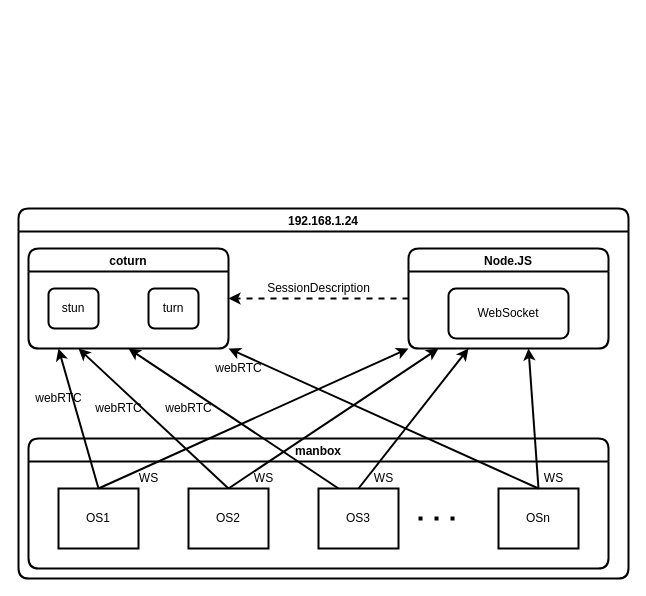
moshaocong/vmic-readme keeps this draw.io diagram as page "server-kj" (11 of 15) of 未命名绘图.drawio. Above is the earlier version. Source tidied: cells renumbered, new cells numbered last; positions are measured from the earlier drawing's top-left corner, leaving out a move shared by most shapes. Both pictures are drawn from the tidied source at 100%, with x=0, y=0 at pixel (18, 208).
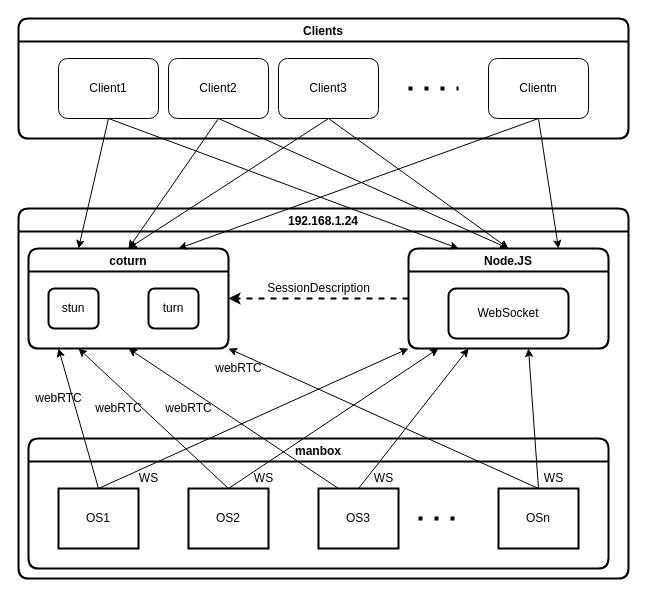
Above is the later version.

Unchanged cells that the change refers to:
```xml
<mxCell id="2" value="192.168.1.24" style="swimlane;rounded=1;shadow=0;glass=0;sketch=0;strokeColor=#000000;strokeWidth=2;fillColor=none;gradientColor=none;" parent="1" vertex="1">
  <mxGeometry width="610" height="370" as="geometry" />
</mxCell>
<mxCell id="4" value="OS1" style="rounded=0;whiteSpace=wrap;html=1;shadow=0;glass=0;sketch=0;strokeColor=#000000;strokeWidth=2;fillColor=none;gradientColor=none;" parent="3" vertex="1">
  <mxGeometry x="30" y="50" width="80" height="60" as="geometry" />
</mxCell>
<mxCell id="5" value="OS2" style="rounded=0;whiteSpace=wrap;html=1;shadow=0;glass=0;sketch=0;strokeColor=#000000;strokeWidth=2;fillColor=none;gradientColor=none;" parent="3" vertex="1">
  <mxGeometry x="160" y="50" width="80" height="60" as="geometry" />
</mxCell>
<mxCell id="6" value="OSn" style="rounded=0;whiteSpace=wrap;html=1;shadow=0;glass=0;sketch=0;strokeColor=#000000;strokeWidth=2;fillColor=none;gradientColor=none;" parent="3" vertex="1">
  <mxGeometry x="470" y="50" width="80" height="60" as="geometry" />
</mxCell>
<mxCell id="8" value="OS3" style="rounded=0;whiteSpace=wrap;html=1;shadow=0;glass=0;sketch=0;strokeColor=#000000;strokeWidth=2;fillColor=none;gradientColor=none;" parent="3" vertex="1">
  <mxGeometry x="290" y="50" width="80" height="60" as="geometry" />
</mxCell>
<mxCell id="13" value="coturn" style="swimlane;rounded=1;shadow=0;glass=0;sketch=0;strokeColor=#000000;strokeWidth=2;fillColor=none;gradientColor=none;" parent="2" vertex="1">
  <mxGeometry x="10" y="40" width="200" height="100" as="geometry" />
</mxCell>
<mxCell id="17" value="Node.JS" style="swimlane;rounded=1;shadow=0;glass=0;sketch=0;strokeColor=#000000;strokeWidth=2;fillColor=none;gradientColor=none;" parent="2" vertex="1">
  <mxGeometry x="390" y="40" width="200" height="100" as="geometry" />
</mxCell>
```

The edit, as a diff of the source:
```diff
@@
-    <mxCell id="19" style="endArrow=classic;html=1;shadow=0;strokeColor=#000000;strokeWidth=2;fillColor=#6666FF;exitX=0.5;exitY=0;exitDx=0;exitDy=0;entryX=0;entryY=1;entryDx=0;entryDy=0;" parent="2" edge="1" source="4" target="17">
+    <mxCell id="19" style="endArrow=classic;html=1;shadow=0;strokeColor=#000000;strokeWidth=1;fillColor=#6666FF;exitX=0.5;exitY=0;exitDx=0;exitDy=0;entryX=0;entryY=1;entryDx=0;entryDy=0;" parent="2" edge="1" source="4" target="17">
       <mxGeometry relative="1" as="geometry" />
     </mxCell>
-    <mxCell id="20" style="endArrow=classic;html=1;shadow=0;strokeColor=#000000;strokeWidth=2;fillColor=#6666FF;exitX=0.5;exitY=0;exitDx=0;exitDy=0;" parent="2" edge="1" source="5">
+    <mxCell id="20" style="endArrow=classic;html=1;shadow=0;strokeColor=#000000;strokeWidth=1;fillColor=#6666FF;exitX=0.5;exitY=0;exitDx=0;exitDy=0;" parent="2" edge="1" source="5">
       <mxGeometry relative="1" as="geometry">
         <mxPoint x="420" y="140" as="targetPoint" />
       </mxGeometry>
     </mxCell>
-    <mxCell id="21" style="endArrow=classic;html=1;shadow=0;strokeColor=#000000;strokeWidth=2;fillColor=#6666FF;exitX=0.5;exitY=0;exitDx=0;exitDy=0;" parent="2" edge="1" source="8">
+    <mxCell id="21" style="endArrow=classic;html=1;shadow=0;strokeColor=#000000;strokeWidth=1;fillColor=#6666FF;exitX=0.5;exitY=0;exitDx=0;exitDy=0;" parent="2" edge="1" source="8">
       <mxGeometry relative="1" as="geometry">
         <mxPoint x="450" y="140" as="targetPoint" />
       </mxGeometry>
     </mxCell>
-    <mxCell id="22" style="endArrow=classic;html=1;shadow=0;strokeColor=#000000;strokeWidth=2;fillColor=#6666FF;exitX=0.5;exitY=0;exitDx=0;exitDy=0;" parent="2" edge="1" source="6">
+    <mxCell id="22" style="endArrow=classic;html=1;shadow=0;strokeColor=#000000;strokeWidth=1;fillColor=#6666FF;exitX=0.5;exitY=0;exitDx=0;exitDy=0;" parent="2" edge="1" source="6">
       <mxGeometry relative="1" as="geometry">
         <mxPoint x="510" y="140" as="targetPoint" />
       </mxGeometry>
     </mxCell>
@@
-    <mxCell id="24" style="endArrow=classic;html=1;shadow=0;strokeColor=#000000;strokeWidth=2;fillColor=#6666FF;" parent="2" edge="1">
+    <mxCell id="24" style="endArrow=classic;html=1;shadow=0;strokeColor=#000000;strokeWidth=1;fillColor=#6666FF;" parent="2" edge="1">
       <mxGeometry relative="1" as="geometry">
         <mxPoint x="80" y="280" as="sourcePoint" />
         <mxPoint x="40" y="140" as="targetPoint" />
       </mxGeometry>
     </mxCell>
-    <mxCell id="25" style="endArrow=classic;html=1;shadow=0;strokeColor=#000000;strokeWidth=2;fillColor=#6666FF;entryX=0.25;entryY=1;entryDx=0;entryDy=0;" parent="2" edge="1" target="13">
+    <mxCell id="25" style="endArrow=classic;html=1;shadow=0;strokeColor=#000000;strokeWidth=1;fillColor=#6666FF;entryX=0.25;entryY=1;entryDx=0;entryDy=0;" parent="2" edge="1" target="13">
       <mxGeometry relative="1" as="geometry">
         <mxPoint x="210" y="280" as="sourcePoint" />
       </mxGeometry>
     </mxCell>
-    <mxCell id="26" style="endArrow=classic;html=1;shadow=0;strokeColor=#000000;strokeWidth=2;fillColor=#6666FF;exitX=0.25;exitY=0;exitDx=0;exitDy=0;entryX=0.5;entryY=1;entryDx=0;entryDy=0;" parent="2" edge="1" source="8" target="13">
+    <mxCell id="26" style="endArrow=classic;html=1;shadow=0;strokeColor=#000000;strokeWidth=1;fillColor=#6666FF;exitX=0.25;exitY=0;exitDx=0;exitDy=0;entryX=0.5;entryY=1;entryDx=0;entryDy=0;" parent="2" edge="1" source="8" target="13">
       <mxGeometry relative="1" as="geometry" />
     </mxCell>
-    <mxCell id="27" style="endArrow=classic;html=1;shadow=0;strokeColor=#000000;strokeWidth=2;fillColor=#6666FF;" parent="2" edge="1">
+    <mxCell id="27" style="endArrow=classic;html=1;shadow=0;strokeColor=#000000;strokeWidth=1;fillColor=#6666FF;" parent="2" edge="1">
       <mxGeometry relative="1" as="geometry">
         <mxPoint x="520" y="280" as="sourcePoint" />
         <mxPoint x="210" y="140" as="targetPoint" />
       </mxGeometry>
     </mxCell>
@@
+    <mxCell id="32" value="Clients" style="swimlane;rounded=1;shadow=0;strokeColor=#000000;strokeWidth=2;fillColor=none;glass=0;sketch=0;" parent="1" vertex="1">
+      <mxGeometry y="-190" width="610" height="120" as="geometry" />
+    </mxCell>
+    <mxCell id="33" value="Client1" style="rounded=1;whiteSpace=wrap;html=1;" parent="32" vertex="1">
+      <mxGeometry x="40" y="40" width="100" height="60" as="geometry" />
+    </mxCell>
+    <mxCell id="34" value="Client2" style="rounded=1;whiteSpace=wrap;html=1;" parent="32" vertex="1">
+      <mxGeometry x="150" y="40" width="100" height="60" as="geometry" />
+    </mxCell>
+    <mxCell id="35" value="Client3" style="rounded=1;whiteSpace=wrap;html=1;" parent="32" vertex="1">
+      <mxGeometry x="260" y="40" width="100" height="60" as="geometry" />
+    </mxCell>
+    <mxCell id="36" value="Clientn" style="rounded=1;whiteSpace=wrap;html=1;" parent="32" vertex="1">
+      <mxGeometry x="470" y="40" width="100" height="60" as="geometry" />
+    </mxCell>
+    <mxCell id="37" style="rounded=1;jettySize=auto;html=1;exitX=0.5;exitY=1;exitDx=0;exitDy=0;entryX=0.25;entryY=0;entryDx=0;entryDy=0;startArrow=none;shadow=0;strokeColor=#000000;strokeWidth=1;fillColor=#6666FF;" parent="1" edge="1" source="33" target="13">
+      <mxGeometry relative="1" as="geometry" />
+    </mxCell>
+    <mxCell id="38" style="edgeStyle=none;rounded=1;jettySize=auto;html=1;exitX=0.5;exitY=1;exitDx=0;exitDy=0;entryX=0.25;entryY=0;entryDx=0;entryDy=0;startArrow=none;shadow=0;strokeColor=#000000;strokeWidth=1;fillColor=#6666FF;" parent="1" edge="1" source="33" target="17">
+      <mxGeometry relative="1" as="geometry" />
+    </mxCell>
+    <mxCell id="39" style="edgeStyle=none;rounded=1;jettySize=auto;html=1;exitX=0.5;exitY=1;exitDx=0;exitDy=0;entryX=0.5;entryY=0;entryDx=0;entryDy=0;startArrow=none;shadow=0;strokeColor=#000000;strokeWidth=1;fillColor=#6666FF;" parent="1" edge="1" source="34" target="13">
+      <mxGeometry relative="1" as="geometry" />
+    </mxCell>
+    <mxCell id="40" style="edgeStyle=none;rounded=1;jettySize=auto;html=1;exitX=0.5;exitY=1;exitDx=0;exitDy=0;entryX=0.5;entryY=0;entryDx=0;entryDy=0;startArrow=none;shadow=0;strokeColor=#000000;strokeWidth=1;fillColor=#6666FF;" parent="1" edge="1" source="34" target="17">
+      <mxGeometry relative="1" as="geometry" />
+    </mxCell>
+    <mxCell id="41" style="edgeStyle=none;rounded=1;jettySize=auto;html=1;exitX=0.5;exitY=1;exitDx=0;exitDy=0;startArrow=none;entryX=0.5;entryY=0;entryDx=0;entryDy=0;shadow=0;strokeColor=#000000;strokeWidth=1;fillColor=#6666FF;" parent="1" edge="1" source="35" target="13">
+      <mxGeometry relative="1" as="geometry" />
+    </mxCell>
+    <mxCell id="42" style="edgeStyle=none;rounded=1;jettySize=auto;html=1;exitX=0.5;exitY=1;exitDx=0;exitDy=0;entryX=0.5;entryY=0;entryDx=0;entryDy=0;startArrow=none;shadow=0;strokeColor=#000000;strokeWidth=1;fillColor=#6666FF;" parent="1" edge="1" source="35" target="17">
+      <mxGeometry relative="1" as="geometry" />
+    </mxCell>
+    <mxCell id="43" style="edgeStyle=none;rounded=1;jettySize=auto;html=1;exitX=0.5;exitY=1;exitDx=0;exitDy=0;entryX=0.75;entryY=0;entryDx=0;entryDy=0;startArrow=none;shadow=0;strokeColor=#000000;strokeWidth=1;fillColor=#6666FF;" parent="1" edge="1" source="36" target="13">
+      <mxGeometry relative="1" as="geometry" />
+    </mxCell>
+    <mxCell id="44" style="edgeStyle=none;rounded=1;jettySize=auto;html=1;exitX=0.5;exitY=1;exitDx=0;exitDy=0;entryX=0.75;entryY=0;entryDx=0;entryDy=0;startArrow=none;shadow=0;strokeColor=#000000;strokeWidth=1;fillColor=#6666FF;" parent="1" edge="1" source="36" target="17">
+      <mxGeometry relative="1" as="geometry" />
+    </mxCell>
+    <mxCell id="45" style="endArrow=none;dashed=1;html=1;dashPattern=1 3;strokeWidth=4;shadow=0;fillColor=#6666FF;" parent="1" edge="1">
+      <mxGeometry relative="1" as="geometry">
+        <mxPoint x="390" y="-120" as="sourcePoint" />
+        <mxPoint x="440" y="-120" as="targetPoint" />
+      </mxGeometry>
+    </mxCell>
```
